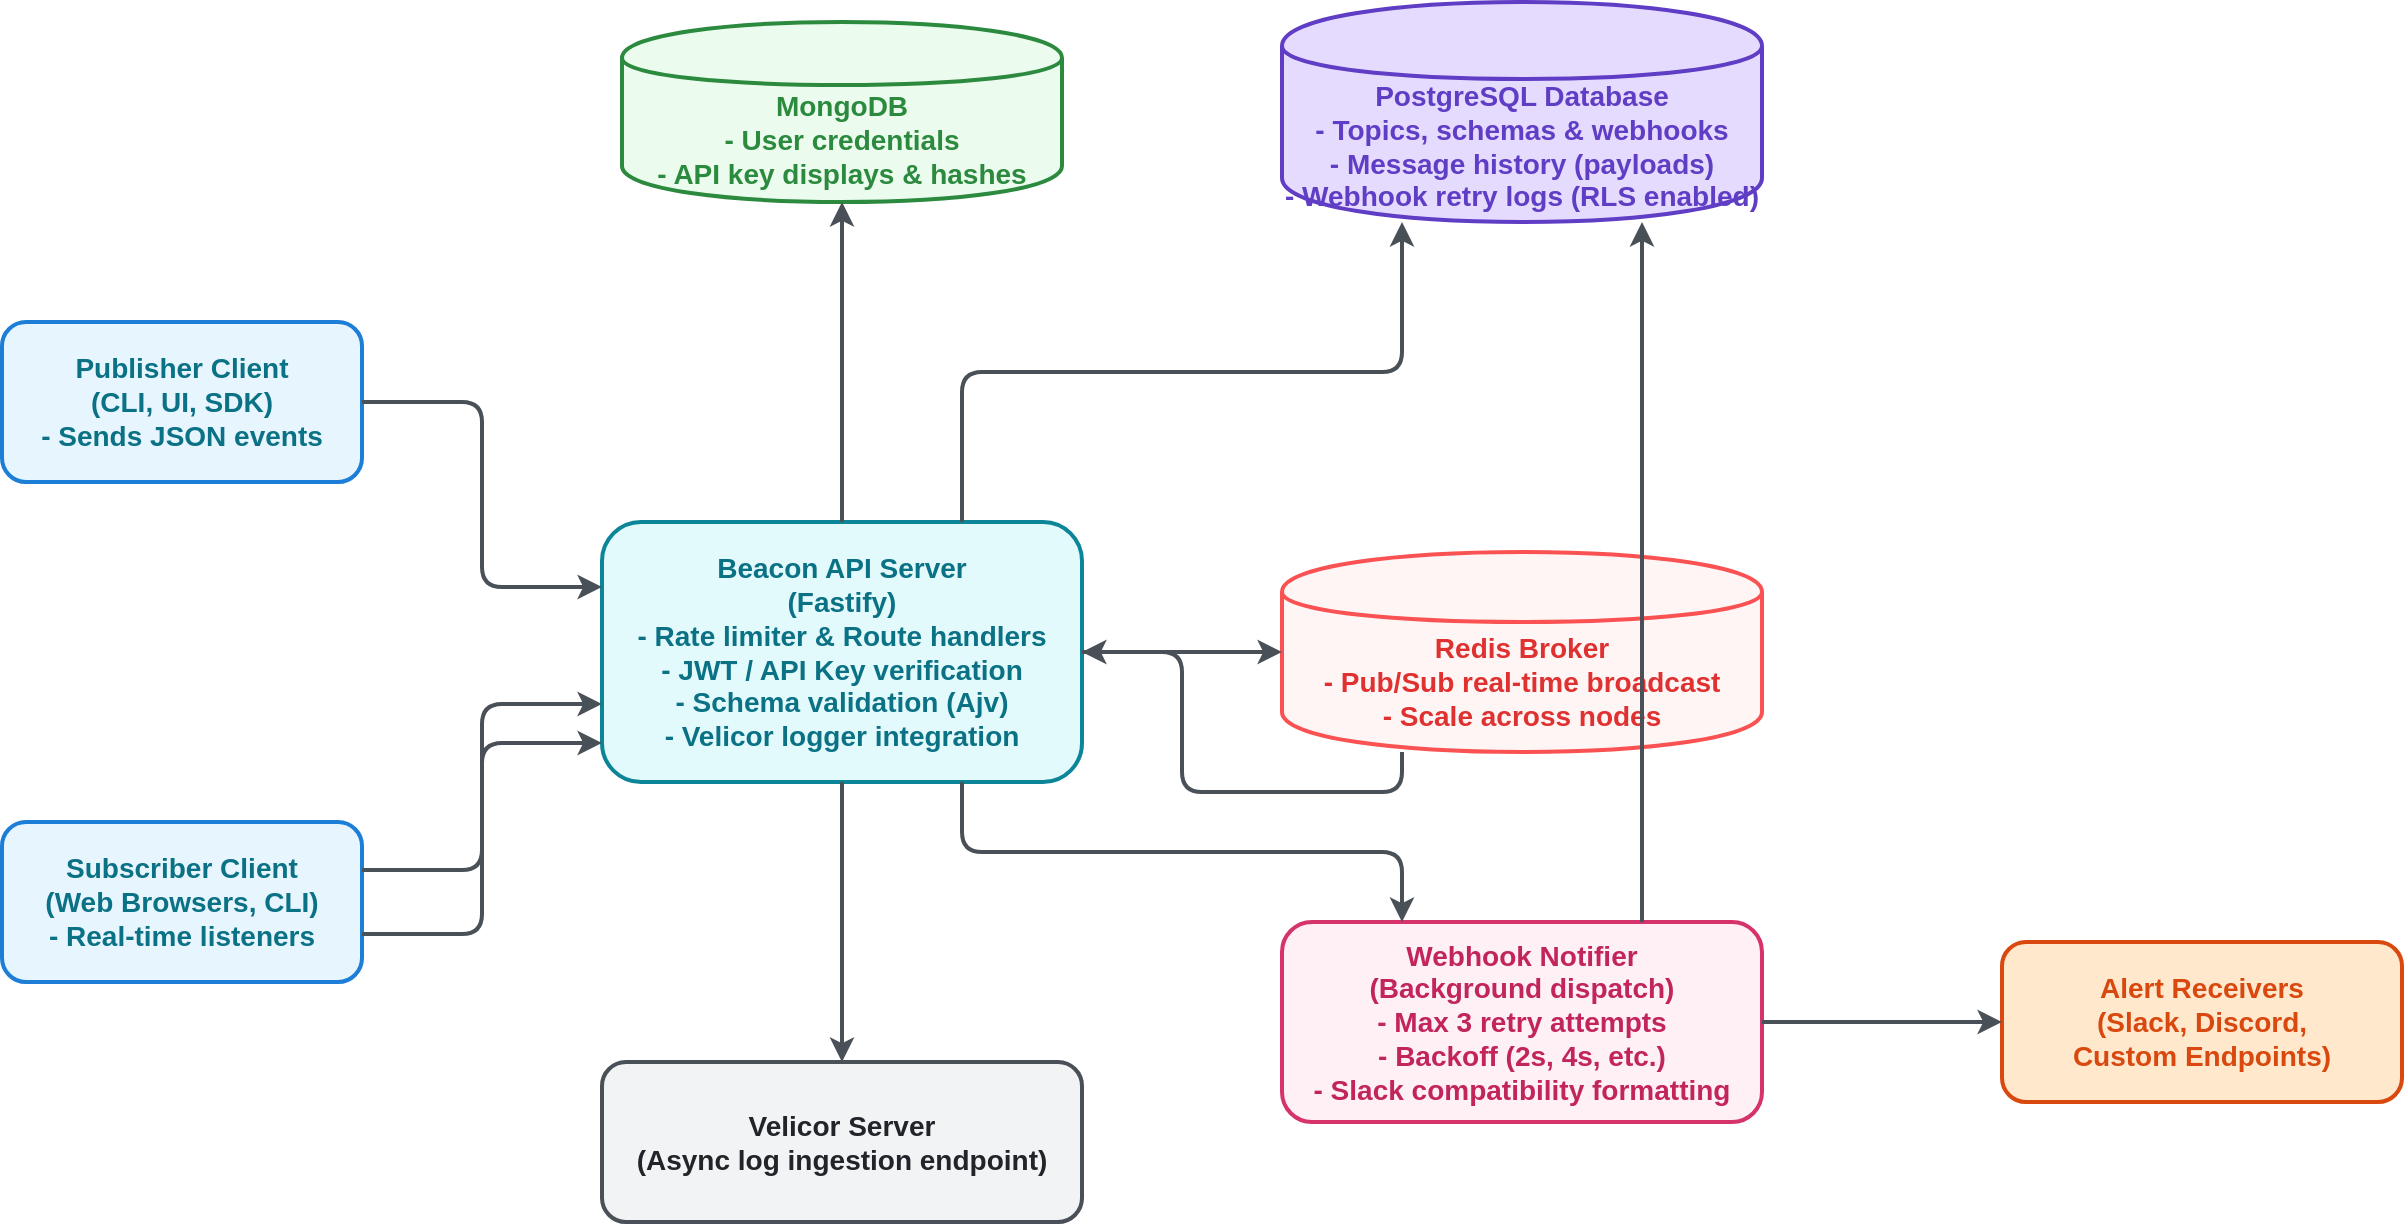
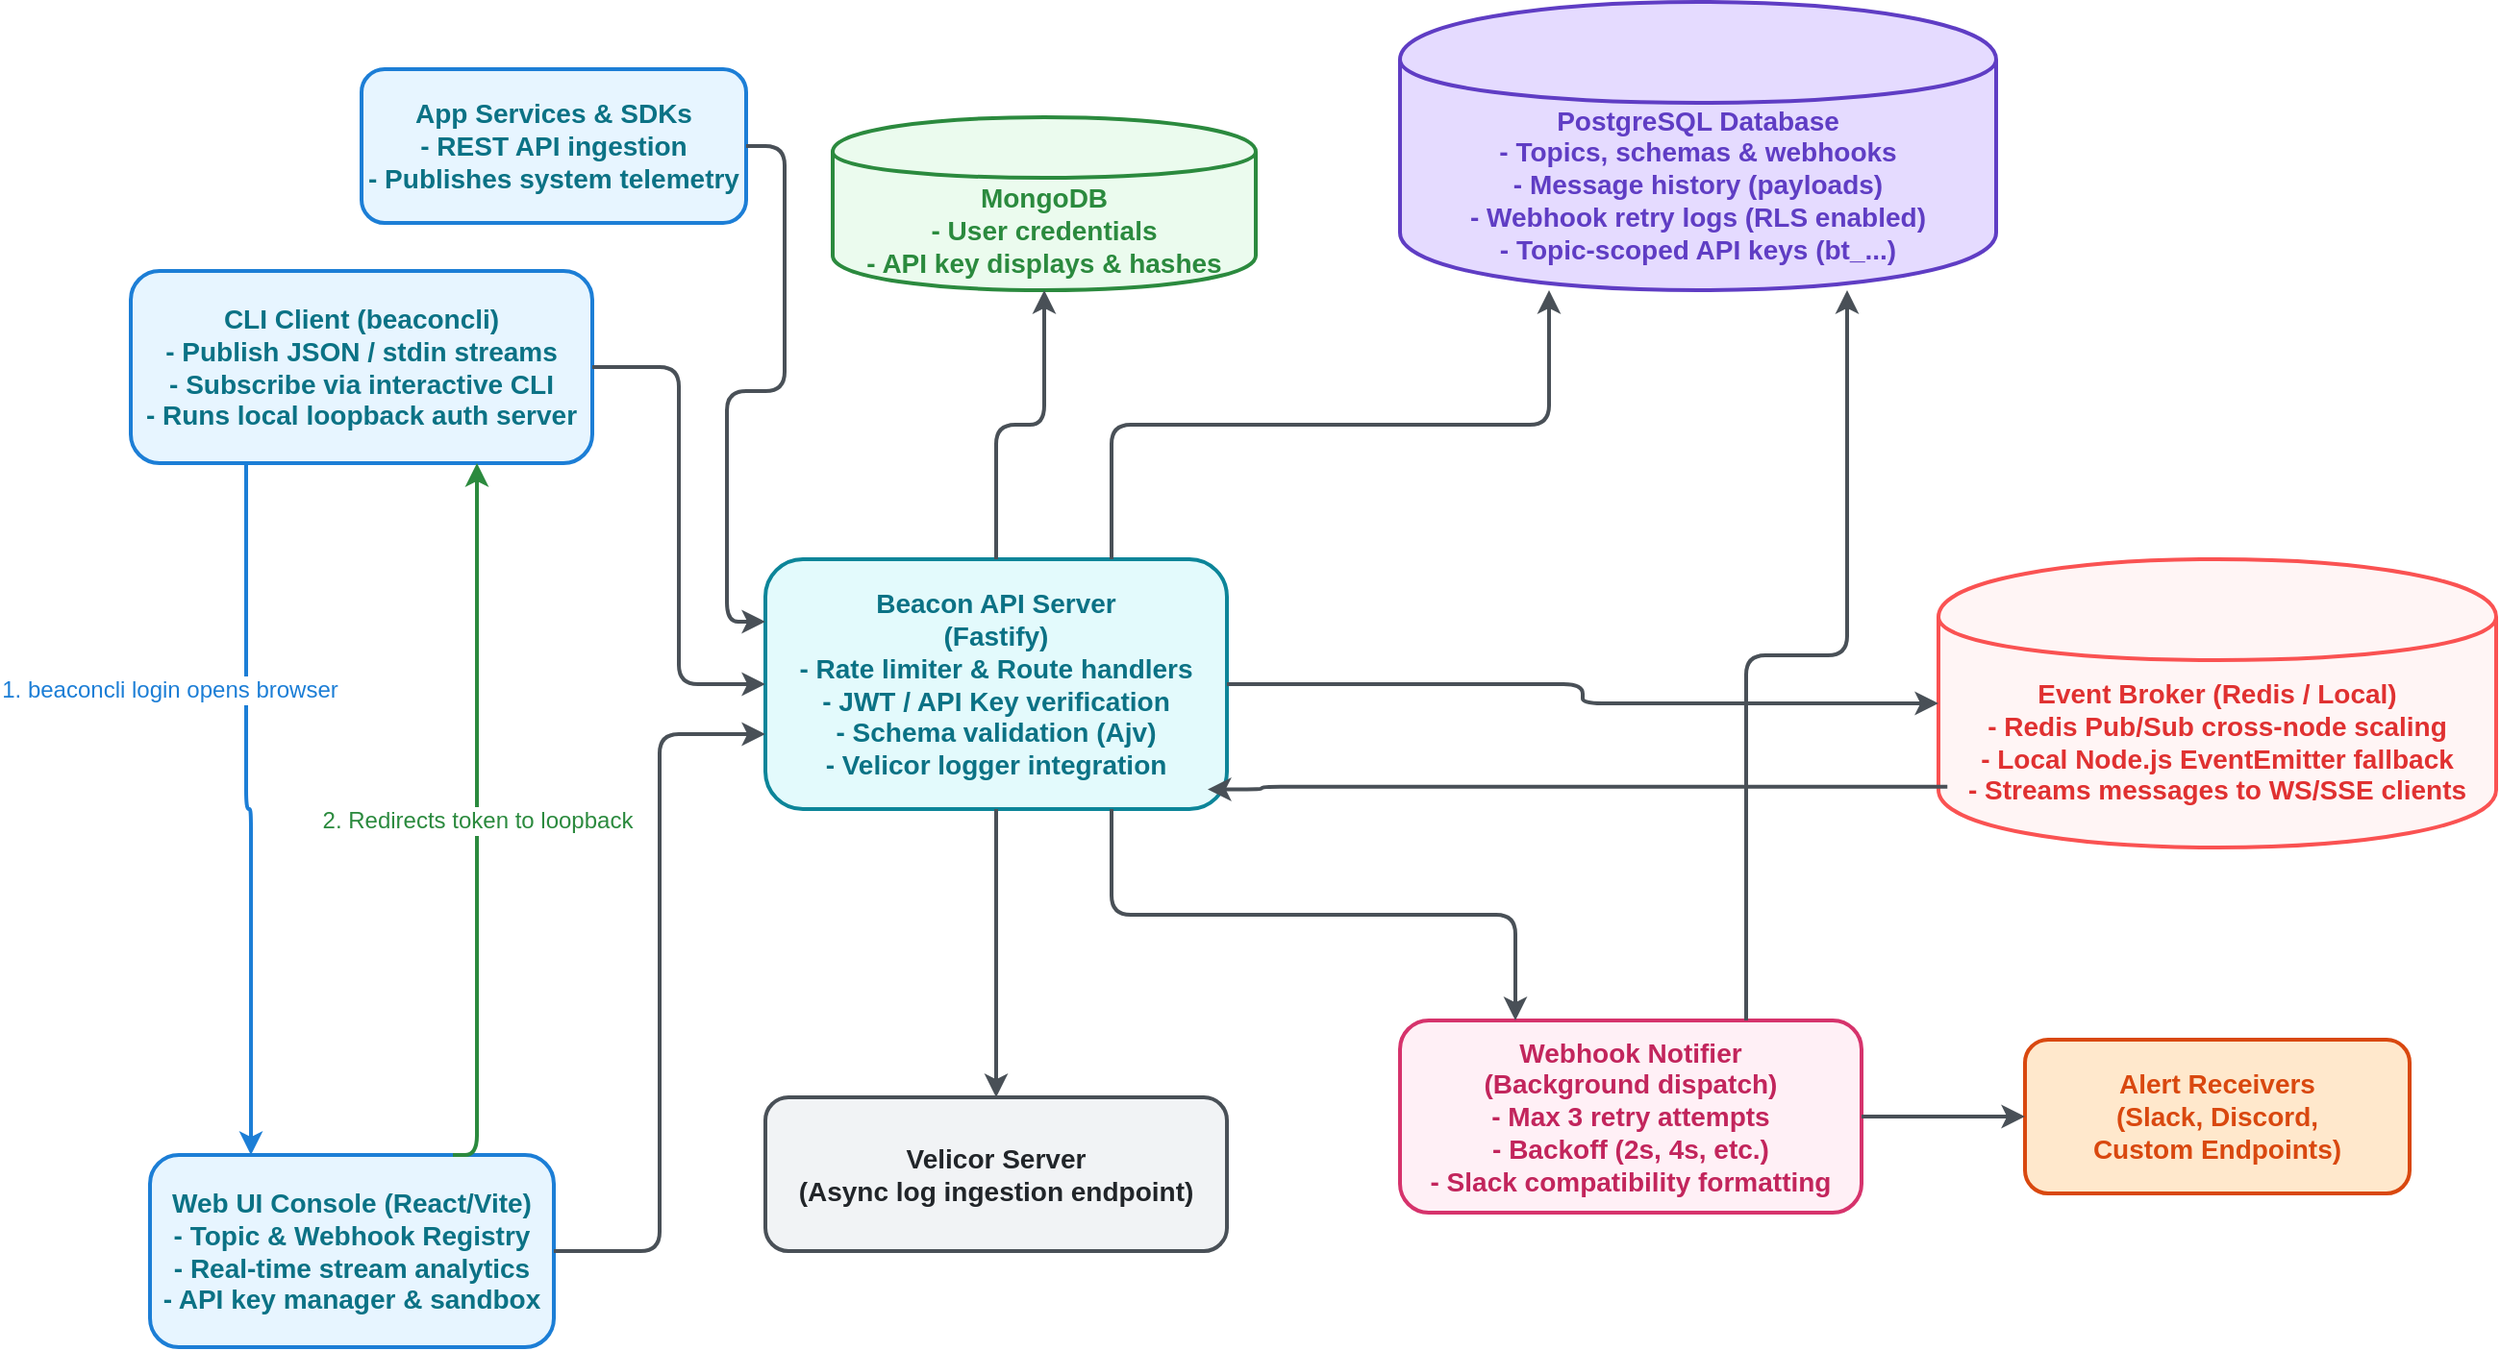
- <?xml version="1.0" encoding="utf-8"?>
<mxfile host="Electron">
  <diagram name="Beacon Architecture" id="beacon-architecture-diag">
-     <mxGraphModel dx="1710" dy="788" grid="1" gridSize="10" guides="1" tooltips="1" connect="1" arrows="1" fold="1" page="1" pageScale="1" pageWidth="850" pageHeight="1100" math="0" shadow="0">
+     <mxGraphModel dx="2862" dy="927" grid="1" gridSize="10" guides="1" tooltips="1" connect="1" arrows="1" fold="1" page="1" pageScale="1" pageWidth="850" pageHeight="1100" math="0" shadow="0">
      <root>
        <mxCell id="0" />
        <mxCell id="1" parent="0" />
- 
-         <!-- Vertices -->
-         <mxCell id="beacon-publisher" parent="1" style="rounded=1;whiteSpace=wrap;html=1;strokeWidth=2;fontSize=14;fontStyle=1;fillColor=#e7f5ff;strokeColor=#1c7ed6;fontColor=#0b7285;" value="Publisher Client&lt;br/&gt;(CLI, UI, SDK)&lt;br/&gt;- Sends JSON events" vertex="1">
-           <mxGeometry height="80" width="180" x="80" y="300" as="geometry" />
+         <mxCell id="beacon-app-client" parent="1" style="rounded=1;whiteSpace=wrap;html=1;strokeWidth=2;fontSize=14;fontStyle=1;fillColor=#e7f5ff;strokeColor=#1c7ed6;fontColor=#0b7285;" value="App Services &amp;amp; SDKs&lt;br/&gt;- REST API ingestion&lt;br/&gt;- Publishes system telemetry" vertex="1">
+           <mxGeometry height="80" width="200" x="180" y="135" as="geometry" />
        </mxCell>
- 
-         <mxCell id="beacon-subscriber" parent="1" style="rounded=1;whiteSpace=wrap;html=1;strokeWidth=2;fontSize=14;fontStyle=1;fillColor=#e7f5ff;strokeColor=#1c7ed6;fontColor=#0b7285;" value="Subscriber Client&lt;br/&gt;(Web Browsers, CLI)&lt;br/&gt;- Real-time listeners" vertex="1">
-           <mxGeometry height="80" width="180" x="80" y="550" as="geometry" />
+         <mxCell id="beacon-publisher" parent="1" style="rounded=1;whiteSpace=wrap;html=1;strokeWidth=2;fontSize=14;fontStyle=1;fillColor=#e7f5ff;strokeColor=#1c7ed6;fontColor=#0b7285;" value="CLI Client (beaconcli)&lt;br/&gt;- Publish JSON / stdin streams&lt;br/&gt;- Subscribe via interactive CLI&lt;br/&gt;- Runs local loopback auth server" vertex="1">
+           <mxGeometry height="100" width="240" x="60" y="240" as="geometry" />
        </mxCell>
- 
+         <mxCell id="beacon-subscriber" parent="1" style="rounded=1;whiteSpace=wrap;html=1;strokeWidth=2;fontSize=14;fontStyle=1;fillColor=#e7f5ff;strokeColor=#1c7ed6;fontColor=#0b7285;" value="Web UI Console (React/Vite)&lt;br/&gt;- Topic &amp;amp; Webhook Registry&lt;br/&gt;- Real-time stream analytics&lt;br/&gt;- API key manager &amp;amp; sandbox" vertex="1">
+           <mxGeometry height="100" width="210" x="70" y="700" as="geometry" />
+         </mxCell>
        <mxCell id="beacon-api" parent="1" style="rounded=1;whiteSpace=wrap;html=1;strokeWidth=2;fontSize=14;fontStyle=1;fillColor=#e3fafc;strokeColor=#0c8599;fontColor=#0b7285;" value="Beacon API Server&lt;br/&gt;(Fastify)&lt;br/&gt;- Rate limiter &amp;amp; Route handlers&lt;br/&gt;- JWT / API Key verification&lt;br/&gt;- Schema validation (Ajv)&lt;br/&gt;- Velicor logger integration" vertex="1">
-           <mxGeometry height="130" width="240" x="380" y="400" as="geometry" />
+           <mxGeometry height="130" width="240" x="390" y="390" as="geometry" />
        </mxCell>
- 
        <mxCell id="beacon-mongodb" parent="1" style="shape=cylinder;whiteSpace=wrap;html=1;boundedLbl=1;backgroundOutline=1;strokeWidth=2;fontSize=14;fontStyle=1;fillColor=#ebfbee;strokeColor=#2b8a3e;fontColor=#2b8a3e;" value="MongoDB&lt;br/&gt;- User credentials&lt;br/&gt;- API key displays &amp;amp; hashes" vertex="1">
-           <mxGeometry height="90" width="220" x="390" y="150" as="geometry" />
+           <mxGeometry height="90" width="220" x="425" y="160" as="geometry" />
        </mxCell>
- 
-         <mxCell id="beacon-postgresql" parent="1" style="shape=cylinder;whiteSpace=wrap;html=1;boundedLbl=1;backgroundOutline=1;strokeWidth=2;fontSize=14;fontStyle=1;fillColor=#e5dbff;strokeColor=#5f3dc4;fontColor=#5f3dc4;" value="PostgreSQL Database&lt;br/&gt;- Topics, schemas &amp;amp; webhooks&lt;br/&gt;- Message history (payloads)&lt;br/&gt;- Webhook retry logs (RLS enabled)" vertex="1">
-           <mxGeometry height="110" width="240" x="720" y="140" as="geometry" />
+         <mxCell id="beacon-postgresql" parent="1" style="shape=cylinder;whiteSpace=wrap;html=1;boundedLbl=1;backgroundOutline=1;strokeWidth=2;fontSize=14;fontStyle=1;fillColor=#e5dbff;strokeColor=#5f3dc4;fontColor=#5f3dc4;" value="PostgreSQL Database&lt;br/&gt;- Topics, schemas &amp;amp; webhooks&lt;br/&gt;- Message history (payloads)&lt;br/&gt;- Webhook retry logs (RLS enabled)&lt;br/&gt;- Topic-scoped API keys (bt_...)" vertex="1">
+           <mxGeometry height="150" width="310" x="720" y="100" as="geometry" />
        </mxCell>
- 
-         <mxCell id="beacon-redis" parent="1" style="shape=cylinder;whiteSpace=wrap;html=1;boundedLbl=1;backgroundOutline=1;strokeWidth=2;fontSize=14;fontStyle=1;fillColor=#fff5f5;strokeColor=#fa5252;fontColor=#e03131;" value="Redis Broker&lt;br/&gt;- Pub/Sub real-time broadcast&lt;br/&gt;- Scale across nodes" vertex="1">
-           <mxGeometry height="100" width="240" x="720" y="415" as="geometry" />
+         <mxCell id="beacon-redis" parent="1" style="shape=cylinder;whiteSpace=wrap;html=1;boundedLbl=1;backgroundOutline=1;strokeWidth=2;fontSize=14;fontStyle=1;fillColor=#fff5f5;strokeColor=#fa5252;fontColor=#e03131;" value="Event Broker (Redis / Local)&lt;br/&gt;- Redis Pub/Sub cross-node scaling&lt;br/&gt;- Local Node.js EventEmitter fallback&lt;br/&gt;- Streams messages to WS/SSE clients" vertex="1">
+           <mxGeometry height="150" width="290" x="1000" y="390" as="geometry" />
        </mxCell>
- 
        <mxCell id="beacon-webhooks" parent="1" style="rounded=1;whiteSpace=wrap;html=1;strokeWidth=2;fontSize=14;fontStyle=1;fillColor=#fff0f6;strokeColor=#d6336c;fontColor=#c2255c;" value="Webhook Notifier&lt;br/&gt;(Background dispatch)&lt;br/&gt;- Max 3 retry attempts&lt;br/&gt;- Backoff (2s, 4s, etc.)&lt;br/&gt;- Slack compatibility formatting" vertex="1">
-           <mxGeometry height="100" width="240" x="720" y="600" as="geometry" />
+           <mxGeometry height="100" width="240" x="720" y="630" as="geometry" />
        </mxCell>
- 
        <mxCell id="beacon-receivers" parent="1" style="rounded=1;whiteSpace=wrap;html=1;strokeWidth=2;fontSize=14;fontStyle=1;fillColor=#ffe8cc;strokeColor=#d9480f;fontColor=#d9480f;" value="Alert Receivers&lt;br/&gt;(Slack, Discord,&lt;br/&gt;Custom Endpoints)" vertex="1">
-           <mxGeometry height="80" width="200" x="1080" y="610" as="geometry" />
+           <mxGeometry height="80" width="200" x="1045" y="640" as="geometry" />
        </mxCell>
- 
        <mxCell id="beacon-velicor" parent="1" style="rounded=1;whiteSpace=wrap;html=1;strokeWidth=2;fontSize=14;fontStyle=1;fillColor=#f1f3f5;strokeColor=#495057;fontColor=#212529;" value="Velicor Server&lt;br/&gt;(Async log ingestion endpoint)" vertex="1">
-           <mxGeometry height="80" width="240" x="380" y="670" as="geometry" />
+           <mxGeometry height="80" width="240" x="390" y="670" as="geometry" />
        </mxCell>
- 
-         <!-- Edges -->
-         <mxCell id="edge-publish" edge="1" parent="1" source="beacon-publisher" target="beacon-api" style="edgeStyle=orthogonalEdgeStyle;rounded=1;orthogonalLoop=1;jettySize=auto;html=1;strokeWidth=2;strokeColor=#495057;fontSize=12;fontColor=#495057;exitX=1;exitY=0.5;entryX=0;entryY=0.25;">
+         <mxCell id="edge-publish" edge="1" parent="1" source="beacon-app-client" style="edgeStyle=orthogonalEdgeStyle;rounded=1;orthogonalLoop=1;jettySize=auto;html=1;strokeWidth=2;strokeColor=#495057;fontSize=12;fontColor=#495057;exitX=1;exitY=0.5;entryX=0;entryY=0.25;" target="beacon-api">
          <mxGeometry relative="1" as="geometry" />
        </mxCell>
- 
-         <mxCell id="edge-sse" edge="1" parent="1" source="beacon-subscriber" target="beacon-api" style="edgeStyle=orthogonalEdgeStyle;rounded=1;orthogonalLoop=1;jettySize=auto;html=1;strokeWidth=2;strokeColor=#495057;fontSize=12;fontColor=#495057;exitX=1;exitY=0.3;entryX=0;entryY=0.7;">
+         <mxCell id="edge-sse" edge="1" parent="1" source="beacon-subscriber" style="edgeStyle=orthogonalEdgeStyle;rounded=1;orthogonalLoop=1;jettySize=auto;html=1;strokeWidth=2;strokeColor=#495057;fontSize=12;fontColor=#495057;exitX=1;exitY=0.5;entryX=0;entryY=0.7;" target="beacon-api">
          <mxGeometry relative="1" as="geometry" />
        </mxCell>
- 
-         <mxCell id="edge-ws" edge="1" parent="1" source="beacon-subscriber" target="beacon-api" style="edgeStyle=orthogonalEdgeStyle;rounded=1;orthogonalLoop=1;jettySize=auto;html=1;strokeWidth=2;strokeColor=#495057;fontSize=12;fontColor=#495057;exitX=1;exitY=0.7;entryX=0;entryY=0.85;">
+         <mxCell id="edge-ws" edge="1" parent="1" source="beacon-publisher" style="edgeStyle=orthogonalEdgeStyle;rounded=1;orthogonalLoop=1;jettySize=auto;html=1;strokeWidth=2;strokeColor=#495057;fontSize=12;fontColor=#495057;exitX=1;exitY=0.5;entryX=0;entryY=0.5;" target="beacon-api">
          <mxGeometry relative="1" as="geometry" />
        </mxCell>
- 
-         <mxCell id="edge-auth" edge="1" parent="1" source="beacon-api" target="beacon-mongodb" style="edgeStyle=orthogonalEdgeStyle;rounded=1;orthogonalLoop=1;jettySize=auto;html=1;strokeWidth=2;strokeColor=#495057;fontSize=12;fontColor=#495057;exitX=0.5;exitY=0;entryX=0.5;entryY=1;">
+         <mxCell id="edge-cli-login" edge="1" parent="1" source="beacon-publisher" style="edgeStyle=orthogonalEdgeStyle;rounded=1;orthogonalLoop=1;jettySize=auto;html=1;strokeWidth=2;strokeColor=#1c7ed6;fontSize=12;fontColor=#1c7ed6;exitX=0.25;exitY=1;entryX=0.25;entryY=0;labelBackgroundColor=#ffffff;" target="beacon-subscriber" value="1. beaconcli login opens browser">
+           <mxGeometry relative="1" x="-0.3514" y="-40" as="geometry">
+             <mxPoint as="offset" />
+           </mxGeometry>
+         </mxCell>
+         <mxCell id="edge-cli-callback" edge="1" parent="1" source="beacon-subscriber" style="edgeStyle=orthogonalEdgeStyle;rounded=1;orthogonalLoop=1;jettySize=auto;html=1;strokeWidth=2;strokeColor=#2b8a3e;fontSize=12;fontColor=#2b8a3e;exitX=0.75;exitY=0;entryX=0.75;entryY=1;labelBackgroundColor=#ffffff;" target="beacon-publisher" value="2. Redirects token to loopback">
+           <mxGeometry relative="1" as="geometry">
+             <Array as="points">
+               <mxPoint x="240" y="700" />
+             </Array>
+           </mxGeometry>
+         </mxCell>
+         <mxCell id="edge-auth" edge="1" parent="1" source="beacon-api" style="edgeStyle=orthogonalEdgeStyle;rounded=1;orthogonalLoop=1;jettySize=auto;html=1;strokeWidth=2;strokeColor=#495057;fontSize=12;fontColor=#495057;exitX=0.5;exitY=0;entryX=0.5;entryY=1;" target="beacon-mongodb">
          <mxGeometry relative="1" as="geometry" />
        </mxCell>
- 
-         <mxCell id="edge-postgres" edge="1" parent="1" source="beacon-api" target="beacon-postgresql" style="edgeStyle=orthogonalEdgeStyle;rounded=1;orthogonalLoop=1;jettySize=auto;html=1;strokeWidth=2;strokeColor=#495057;fontSize=12;fontColor=#495057;exitX=0.75;exitY=0;entryX=0.25;entryY=1;">
+         <mxCell id="edge-postgres" edge="1" parent="1" source="beacon-api" style="edgeStyle=orthogonalEdgeStyle;rounded=1;orthogonalLoop=1;jettySize=auto;html=1;strokeWidth=2;strokeColor=#495057;fontSize=12;fontColor=#495057;exitX=0.75;exitY=0;entryX=0.25;entryY=1;" target="beacon-postgresql">
          <mxGeometry relative="1" as="geometry" />
        </mxCell>
- 
-         <mxCell id="edge-redis-pub" edge="1" parent="1" source="beacon-api" target="beacon-redis" style="edgeStyle=orthogonalEdgeStyle;rounded=1;orthogonalLoop=1;jettySize=auto;html=1;strokeWidth=2;strokeColor=#495057;fontSize=12;fontColor=#495057;exitX=1;exitY=0.5;entryX=0;entryY=0.5;">
+         <mxCell id="edge-redis-pub" edge="1" parent="1" source="beacon-api" style="edgeStyle=orthogonalEdgeStyle;rounded=1;orthogonalLoop=1;jettySize=auto;html=1;strokeWidth=2;strokeColor=#495057;fontSize=12;fontColor=#495057;exitX=1;exitY=0.5;entryX=0;entryY=0.5;" target="beacon-redis">
          <mxGeometry relative="1" as="geometry" />
        </mxCell>
- 
-         <mxCell id="edge-redis-sub" edge="1" parent="1" source="beacon-redis" target="beacon-api" style="edgeStyle=orthogonalEdgeStyle;rounded=1;orthogonalLoop=1;jettySize=auto;html=1;strokeWidth=2;strokeColor=#495057;fontSize=12;fontColor=#495057;exitX=0.25;exitY=1;entryX=0.85;exitY=1;">
+         <mxCell id="edge-redis-sub" edge="1" parent="1" source="beacon-redis" style="edgeStyle=orthogonalEdgeStyle;rounded=1;orthogonalLoop=1;jettySize=auto;html=1;strokeWidth=2;strokeColor=#495057;fontSize=12;fontColor=#495057;entryX=1.01;entryY=0.844;entryDx=0;entryDy=0;entryPerimeter=0;exitX=0.016;exitY=0.789;exitDx=0;exitDy=0;exitPerimeter=0;">
+           <mxGeometry relative="1" as="geometry">
+             <Array as="points">
+               <mxPoint x="648" y="508" />
+               <mxPoint x="648" y="510" />
+             </Array>
+             <mxPoint x="1030" y="510" as="sourcePoint" />
+             <mxPoint x="619.9999999999999" y="509.72" as="targetPoint" />
+           </mxGeometry>
+         </mxCell>
+         <mxCell id="edge-queue-webhook" edge="1" parent="1" source="beacon-api" style="edgeStyle=orthogonalEdgeStyle;rounded=1;orthogonalLoop=1;jettySize=auto;html=1;strokeWidth=2;strokeColor=#495057;fontSize=12;fontColor=#495057;exitX=0.75;exitY=1;entryX=0.25;entryY=0;" target="beacon-webhooks">
          <mxGeometry relative="1" as="geometry" />
        </mxCell>
- 
-         <mxCell id="edge-queue-webhook" edge="1" parent="1" source="beacon-api" target="beacon-webhooks" style="edgeStyle=orthogonalEdgeStyle;rounded=1;orthogonalLoop=1;jettySize=auto;html=1;strokeWidth=2;strokeColor=#495057;fontSize=12;fontColor=#495057;exitX=0.75;exitY=1;entryX=0.25;entryY=0;">
+         <mxCell id="edge-dispatch-webhook" edge="1" parent="1" source="beacon-webhooks" style="edgeStyle=orthogonalEdgeStyle;rounded=1;orthogonalLoop=1;jettySize=auto;html=1;strokeWidth=2;strokeColor=#495057;fontSize=12;fontColor=#495057;exitX=1;exitY=0.5;entryX=0;entryY=0.5;" target="beacon-receivers">
          <mxGeometry relative="1" as="geometry" />
        </mxCell>
- 
-         <mxCell id="edge-dispatch-webhook" edge="1" parent="1" source="beacon-webhooks" target="beacon-receivers" style="edgeStyle=orthogonalEdgeStyle;rounded=1;orthogonalLoop=1;jettySize=auto;html=1;strokeWidth=2;strokeColor=#495057;fontSize=12;fontColor=#495057;exitX=1;exitY=0.5;entryX=0;entryY=0.5;">
+         <mxCell id="edge-log-webhook" edge="1" parent="1" source="beacon-webhooks" style="edgeStyle=orthogonalEdgeStyle;rounded=1;orthogonalLoop=1;jettySize=auto;html=1;strokeWidth=2;strokeColor=#495057;fontSize=12;fontColor=#495057;exitX=0.75;exitY=0;entryX=0.75;entryY=1;" target="beacon-postgresql">
          <mxGeometry relative="1" as="geometry" />
        </mxCell>
- 
-         <mxCell id="edge-log-webhook" edge="1" parent="1" source="beacon-webhooks" target="beacon-postgresql" style="edgeStyle=orthogonalEdgeStyle;rounded=1;orthogonalLoop=1;jettySize=auto;html=1;strokeWidth=2;strokeColor=#495057;fontSize=12;fontColor=#495057;exitX=0.75;exitY=0;entryX=0.75;entryY=1;">
-           <mxGeometry relative="1" as="geometry" />
-         </mxCell>
- 
-         <mxCell id="edge-velicor-log" edge="1" parent="1" source="beacon-api" target="beacon-velicor" style="edgeStyle=orthogonalEdgeStyle;rounded=1;orthogonalLoop=1;jettySize=auto;html=1;strokeWidth=2;strokeColor=#495057;fontSize=12;fontColor=#495057;exitX=0.5;exitY=1;entryX=0.5;entryY=0;">
+         <mxCell id="edge-velicor-log" edge="1" parent="1" source="beacon-api" style="edgeStyle=orthogonalEdgeStyle;rounded=1;orthogonalLoop=1;jettySize=auto;html=1;strokeWidth=2;strokeColor=#495057;fontSize=12;fontColor=#495057;exitX=0.5;exitY=1;entryX=0.5;entryY=0;" target="beacon-velicor">
          <mxGeometry relative="1" as="geometry" />
        </mxCell>
      </root>
    </mxGraphModel>
  </diagram>
</mxfile>
